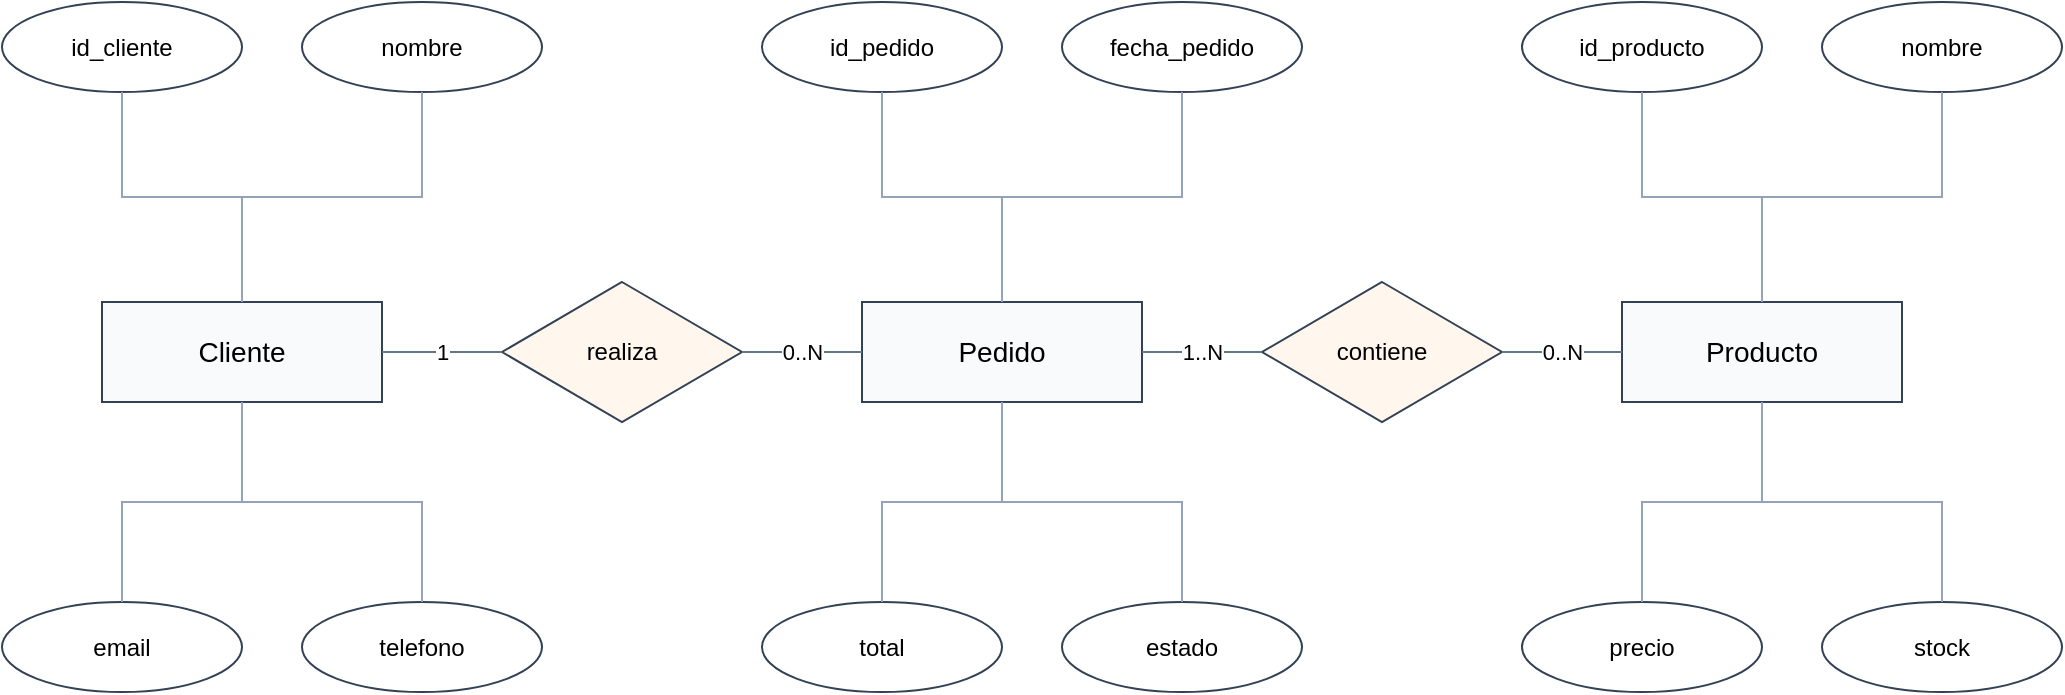
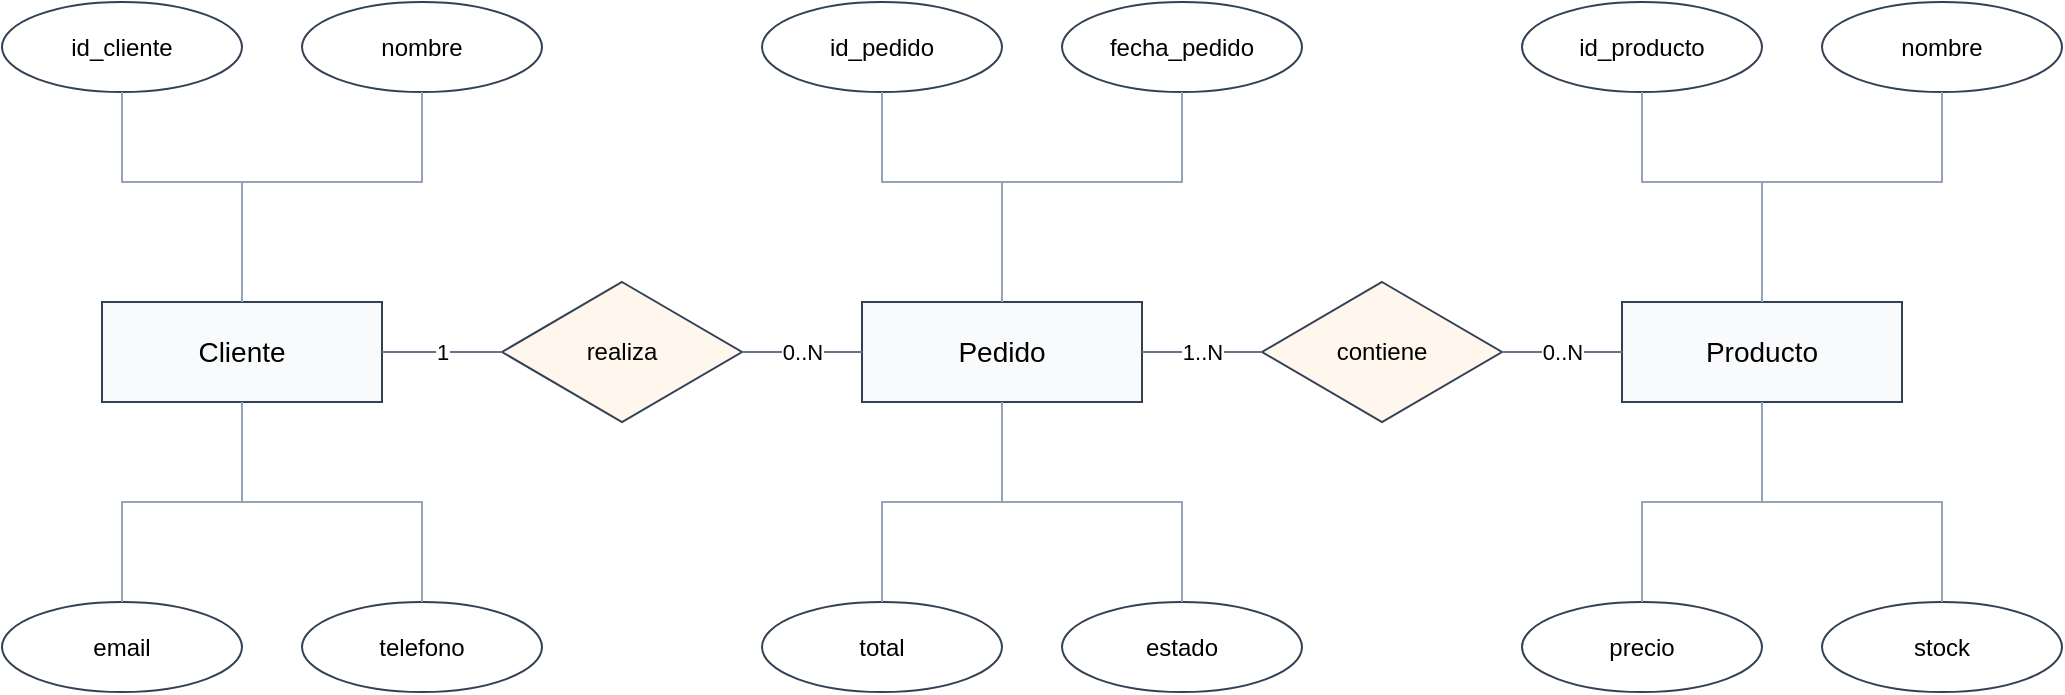
<?xml version='1.0' encoding='utf-8'?>
<mxfile host="app.diagrams.net" agent="drawio-mer-skill" version="24.7.17">
  <diagram id="mer_ejemplo" name="MER">
    <mxGraphModel dx="1200" dy="800" grid="1" gridSize="10" guides="1" tooltips="1" connect="1" arrows="1" fold="1" page="1" pageScale="1" pageWidth="1600" pageHeight="1000" math="0" shadow="0">
      <root>
        <mxCell id="0" />
        <mxCell id="1" parent="0" />
        <mxCell id="entity_cliente" value="Cliente" style="rounded=0;whiteSpace=wrap;html=1;align=center;verticalAlign=middle;fontSize=14;strokeColor=#334155;fillColor=#f8fafc;" vertex="1" parent="1">
          <mxGeometry x="120" y="280" width="140" height="50" as="geometry" />
        </mxCell>
        <mxCell id="entity_pedido" value="Pedido" style="rounded=0;whiteSpace=wrap;html=1;align=center;verticalAlign=middle;fontSize=14;strokeColor=#334155;fillColor=#f8fafc;" vertex="1" parent="1">
          <mxGeometry x="500" y="280" width="140" height="50" as="geometry" />
        </mxCell>
        <mxCell id="entity_producto" value="Producto" style="rounded=0;whiteSpace=wrap;html=1;align=center;verticalAlign=middle;fontSize=14;strokeColor=#334155;fillColor=#f8fafc;" vertex="1" parent="1">
          <mxGeometry x="880" y="280" width="140" height="50" as="geometry" />
        </mxCell>
        <mxCell id="rel_realiza" value="realiza" style="rhombus;whiteSpace=wrap;html=1;align=center;verticalAlign=middle;fontSize=12;strokeColor=#334155;fillColor=#fff7ed;" vertex="1" parent="1">
          <mxGeometry x="320" y="270" width="120" height="70" as="geometry" />
        </mxCell>
        <mxCell id="rel_contiene" value="contiene" style="rhombus;whiteSpace=wrap;html=1;align=center;verticalAlign=middle;fontSize=12;strokeColor=#334155;fillColor=#fff7ed;" vertex="1" parent="1">
          <mxGeometry x="700" y="270" width="120" height="70" as="geometry" />
        </mxCell>
        <mxCell id="edge_cliente_realiza" value="1" style="edgeStyle=orthogonalEdgeStyle;rounded=0;orthogonalLoop=1;jettySize=auto;html=1;endArrow=none;endFill=0;strokeColor=#64748b;fontSize=11;" edge="1" parent="1" source="entity_cliente" target="rel_realiza">
-           <mxGeometry relative="1" as="geometry" />
+           <mxGeometry relative="1" as="geometry">
+             <Array as="points">
+               <mxPoint x="285" y="305" />
+             </Array>
+           </mxGeometry>
        </mxCell>
        <mxCell id="edge_realiza_pedido" value="0..N" style="edgeStyle=orthogonalEdgeStyle;rounded=0;orthogonalLoop=1;jettySize=auto;html=1;endArrow=none;endFill=0;strokeColor=#64748b;fontSize=11;" edge="1" parent="1" source="rel_realiza" target="entity_pedido">
-           <mxGeometry relative="1" as="geometry" />
+           <mxGeometry relative="1" as="geometry">
+             <Array as="points">
+               <mxPoint x="455" y="305" />
+             </Array>
+           </mxGeometry>
        </mxCell>
        <mxCell id="edge_pedido_contiene" value="1..N" style="edgeStyle=orthogonalEdgeStyle;rounded=0;orthogonalLoop=1;jettySize=auto;html=1;endArrow=none;endFill=0;strokeColor=#64748b;fontSize=11;" edge="1" parent="1" source="entity_pedido" target="rel_contiene">
-           <mxGeometry relative="1" as="geometry" />
+           <mxGeometry relative="1" as="geometry">
+             <Array as="points">
+               <mxPoint x="665" y="305" />
+             </Array>
+           </mxGeometry>
        </mxCell>
        <mxCell id="edge_contiene_producto" value="0..N" style="edgeStyle=orthogonalEdgeStyle;rounded=0;orthogonalLoop=1;jettySize=auto;html=1;endArrow=none;endFill=0;strokeColor=#64748b;fontSize=11;" edge="1" parent="1" source="rel_contiene" target="entity_producto">
-           <mxGeometry relative="1" as="geometry" />
+           <mxGeometry relative="1" as="geometry">
+             <Array as="points">
+               <mxPoint x="855" y="305" />
+             </Array>
+           </mxGeometry>
        </mxCell>
        <mxCell id="attr_cliente_id_cliente" value="id_cliente" style="ellipse;whiteSpace=wrap;html=1;align=center;verticalAlign=middle;fontSize=12;strokeColor=#334155;fillColor=#ffffff;" vertex="1" parent="1">
          <mxGeometry x="70" y="130" width="120" height="45" as="geometry" />
        </mxCell>
        <mxCell id="edge_cliente_attr_1" value="" style="edgeStyle=orthogonalEdgeStyle;rounded=0;orthogonalLoop=1;jettySize=auto;html=1;endArrow=none;endFill=0;strokeColor=#94a3b8;" edge="1" parent="1" source="attr_cliente_id_cliente" target="entity_cliente">
-           <mxGeometry relative="1" as="geometry" />
+           <mxGeometry relative="1" as="geometry">
+             <Array as="points">
+               <mxPoint x="130" y="220" />
+               <mxPoint x="190" y="220" />
+             </Array>
+           </mxGeometry>
        </mxCell>
        <mxCell id="attr_cliente_nombre" value="nombre" style="ellipse;whiteSpace=wrap;html=1;align=center;verticalAlign=middle;fontSize=12;strokeColor=#334155;fillColor=#ffffff;" vertex="1" parent="1">
          <mxGeometry x="220" y="130" width="120" height="45" as="geometry" />
        </mxCell>
        <mxCell id="edge_cliente_attr_2" value="" style="edgeStyle=orthogonalEdgeStyle;rounded=0;orthogonalLoop=1;jettySize=auto;html=1;endArrow=none;endFill=0;strokeColor=#94a3b8;" edge="1" parent="1" source="attr_cliente_nombre" target="entity_cliente">
-           <mxGeometry relative="1" as="geometry" />
+           <mxGeometry relative="1" as="geometry">
+             <Array as="points">
+               <mxPoint x="280" y="220" />
+               <mxPoint x="190" y="220" />
+             </Array>
+           </mxGeometry>
        </mxCell>
        <mxCell id="attr_cliente_email" value="email" style="ellipse;whiteSpace=wrap;html=1;align=center;verticalAlign=middle;fontSize=12;strokeColor=#334155;fillColor=#ffffff;" vertex="1" parent="1">
          <mxGeometry x="70" y="430" width="120" height="45" as="geometry" />
        </mxCell>
        <mxCell id="edge_cliente_attr_3" value="" style="edgeStyle=orthogonalEdgeStyle;rounded=0;orthogonalLoop=1;jettySize=auto;html=1;endArrow=none;endFill=0;strokeColor=#94a3b8;" edge="1" parent="1" source="attr_cliente_email" target="entity_cliente">
-           <mxGeometry relative="1" as="geometry" />
+           <mxGeometry relative="1" as="geometry">
+             <Array as="points">
+               <mxPoint x="130" y="380" />
+               <mxPoint x="190" y="380" />
+             </Array>
+           </mxGeometry>
        </mxCell>
        <mxCell id="attr_cliente_telefono" value="telefono" style="ellipse;whiteSpace=wrap;html=1;align=center;verticalAlign=middle;fontSize=12;strokeColor=#334155;fillColor=#ffffff;" vertex="1" parent="1">
          <mxGeometry x="220" y="430" width="120" height="45" as="geometry" />
        </mxCell>
        <mxCell id="edge_cliente_attr_4" value="" style="edgeStyle=orthogonalEdgeStyle;rounded=0;orthogonalLoop=1;jettySize=auto;html=1;endArrow=none;endFill=0;strokeColor=#94a3b8;" edge="1" parent="1" source="attr_cliente_telefono" target="entity_cliente">
-           <mxGeometry relative="1" as="geometry" />
+           <mxGeometry relative="1" as="geometry">
+             <Array as="points">
+               <mxPoint x="280" y="380" />
+               <mxPoint x="190" y="380" />
+             </Array>
+           </mxGeometry>
        </mxCell>
        <mxCell id="attr_pedido_id_pedido" value="id_pedido" style="ellipse;whiteSpace=wrap;html=1;align=center;verticalAlign=middle;fontSize=12;strokeColor=#334155;fillColor=#ffffff;" vertex="1" parent="1">
          <mxGeometry x="450" y="130" width="120" height="45" as="geometry" />
        </mxCell>
        <mxCell id="edge_pedido_attr_1" value="" style="edgeStyle=orthogonalEdgeStyle;rounded=0;orthogonalLoop=1;jettySize=auto;html=1;endArrow=none;endFill=0;strokeColor=#94a3b8;" edge="1" parent="1" source="attr_pedido_id_pedido" target="entity_pedido">
-           <mxGeometry relative="1" as="geometry" />
+           <mxGeometry relative="1" as="geometry">
+             <Array as="points">
+               <mxPoint x="510" y="220" />
+               <mxPoint x="570" y="220" />
+             </Array>
+           </mxGeometry>
        </mxCell>
        <mxCell id="attr_pedido_fecha_pedido" value="fecha_pedido" style="ellipse;whiteSpace=wrap;html=1;align=center;verticalAlign=middle;fontSize=12;strokeColor=#334155;fillColor=#ffffff;" vertex="1" parent="1">
          <mxGeometry x="600" y="130" width="120" height="45" as="geometry" />
        </mxCell>
        <mxCell id="edge_pedido_attr_2" value="" style="edgeStyle=orthogonalEdgeStyle;rounded=0;orthogonalLoop=1;jettySize=auto;html=1;endArrow=none;endFill=0;strokeColor=#94a3b8;" edge="1" parent="1" source="attr_pedido_fecha_pedido" target="entity_pedido">
-           <mxGeometry relative="1" as="geometry" />
+           <mxGeometry relative="1" as="geometry">
+             <Array as="points">
+               <mxPoint x="660" y="220" />
+               <mxPoint x="570" y="220" />
+             </Array>
+           </mxGeometry>
        </mxCell>
        <mxCell id="attr_pedido_total" value="total" style="ellipse;whiteSpace=wrap;html=1;align=center;verticalAlign=middle;fontSize=12;strokeColor=#334155;fillColor=#ffffff;" vertex="1" parent="1">
          <mxGeometry x="450" y="430" width="120" height="45" as="geometry" />
        </mxCell>
        <mxCell id="edge_pedido_attr_3" value="" style="edgeStyle=orthogonalEdgeStyle;rounded=0;orthogonalLoop=1;jettySize=auto;html=1;endArrow=none;endFill=0;strokeColor=#94a3b8;" edge="1" parent="1" source="attr_pedido_total" target="entity_pedido">
-           <mxGeometry relative="1" as="geometry" />
+           <mxGeometry relative="1" as="geometry">
+             <Array as="points">
+               <mxPoint x="510" y="380" />
+               <mxPoint x="570" y="380" />
+             </Array>
+           </mxGeometry>
        </mxCell>
        <mxCell id="attr_pedido_estado" value="estado" style="ellipse;whiteSpace=wrap;html=1;align=center;verticalAlign=middle;fontSize=12;strokeColor=#334155;fillColor=#ffffff;" vertex="1" parent="1">
          <mxGeometry x="600" y="430" width="120" height="45" as="geometry" />
        </mxCell>
        <mxCell id="edge_pedido_attr_4" value="" style="edgeStyle=orthogonalEdgeStyle;rounded=0;orthogonalLoop=1;jettySize=auto;html=1;endArrow=none;endFill=0;strokeColor=#94a3b8;" edge="1" parent="1" source="attr_pedido_estado" target="entity_pedido">
-           <mxGeometry relative="1" as="geometry" />
+           <mxGeometry relative="1" as="geometry">
+             <Array as="points">
+               <mxPoint x="660" y="380" />
+               <mxPoint x="570" y="380" />
+             </Array>
+           </mxGeometry>
        </mxCell>
        <mxCell id="attr_producto_id_producto" value="id_producto" style="ellipse;whiteSpace=wrap;html=1;align=center;verticalAlign=middle;fontSize=12;strokeColor=#334155;fillColor=#ffffff;" vertex="1" parent="1">
          <mxGeometry x="830" y="130" width="120" height="45" as="geometry" />
        </mxCell>
        <mxCell id="edge_producto_attr_1" value="" style="edgeStyle=orthogonalEdgeStyle;rounded=0;orthogonalLoop=1;jettySize=auto;html=1;endArrow=none;endFill=0;strokeColor=#94a3b8;" edge="1" parent="1" source="attr_producto_id_producto" target="entity_producto">
-           <mxGeometry relative="1" as="geometry" />
+           <mxGeometry relative="1" as="geometry">
+             <Array as="points">
+               <mxPoint x="890" y="220" />
+               <mxPoint x="950" y="220" />
+             </Array>
+           </mxGeometry>
        </mxCell>
        <mxCell id="attr_producto_nombre" value="nombre" style="ellipse;whiteSpace=wrap;html=1;align=center;verticalAlign=middle;fontSize=12;strokeColor=#334155;fillColor=#ffffff;" vertex="1" parent="1">
          <mxGeometry x="980" y="130" width="120" height="45" as="geometry" />
        </mxCell>
        <mxCell id="edge_producto_attr_2" value="" style="edgeStyle=orthogonalEdgeStyle;rounded=0;orthogonalLoop=1;jettySize=auto;html=1;endArrow=none;endFill=0;strokeColor=#94a3b8;" edge="1" parent="1" source="attr_producto_nombre" target="entity_producto">
-           <mxGeometry relative="1" as="geometry" />
+           <mxGeometry relative="1" as="geometry">
+             <Array as="points">
+               <mxPoint x="1040" y="220" />
+               <mxPoint x="950" y="220" />
+             </Array>
+           </mxGeometry>
        </mxCell>
        <mxCell id="attr_producto_precio" value="precio" style="ellipse;whiteSpace=wrap;html=1;align=center;verticalAlign=middle;fontSize=12;strokeColor=#334155;fillColor=#ffffff;" vertex="1" parent="1">
          <mxGeometry x="830" y="430" width="120" height="45" as="geometry" />
        </mxCell>
        <mxCell id="edge_producto_attr_3" value="" style="edgeStyle=orthogonalEdgeStyle;rounded=0;orthogonalLoop=1;jettySize=auto;html=1;endArrow=none;endFill=0;strokeColor=#94a3b8;" edge="1" parent="1" source="attr_producto_precio" target="entity_producto">
-           <mxGeometry relative="1" as="geometry" />
+           <mxGeometry relative="1" as="geometry">
+             <Array as="points">
+               <mxPoint x="890" y="380" />
+               <mxPoint x="950" y="380" />
+             </Array>
+           </mxGeometry>
        </mxCell>
        <mxCell id="attr_producto_stock" value="stock" style="ellipse;whiteSpace=wrap;html=1;align=center;verticalAlign=middle;fontSize=12;strokeColor=#334155;fillColor=#ffffff;" vertex="1" parent="1">
          <mxGeometry x="980" y="430" width="120" height="45" as="geometry" />
        </mxCell>
        <mxCell id="edge_producto_attr_4" value="" style="edgeStyle=orthogonalEdgeStyle;rounded=0;orthogonalLoop=1;jettySize=auto;html=1;endArrow=none;endFill=0;strokeColor=#94a3b8;" edge="1" parent="1" source="attr_producto_stock" target="entity_producto">
-           <mxGeometry relative="1" as="geometry" />
+           <mxGeometry relative="1" as="geometry">
+             <Array as="points">
+               <mxPoint x="1040" y="380" />
+               <mxPoint x="950" y="380" />
+             </Array>
+           </mxGeometry>
        </mxCell>
      </root>
    </mxGraphModel>
  </diagram>
</mxfile>